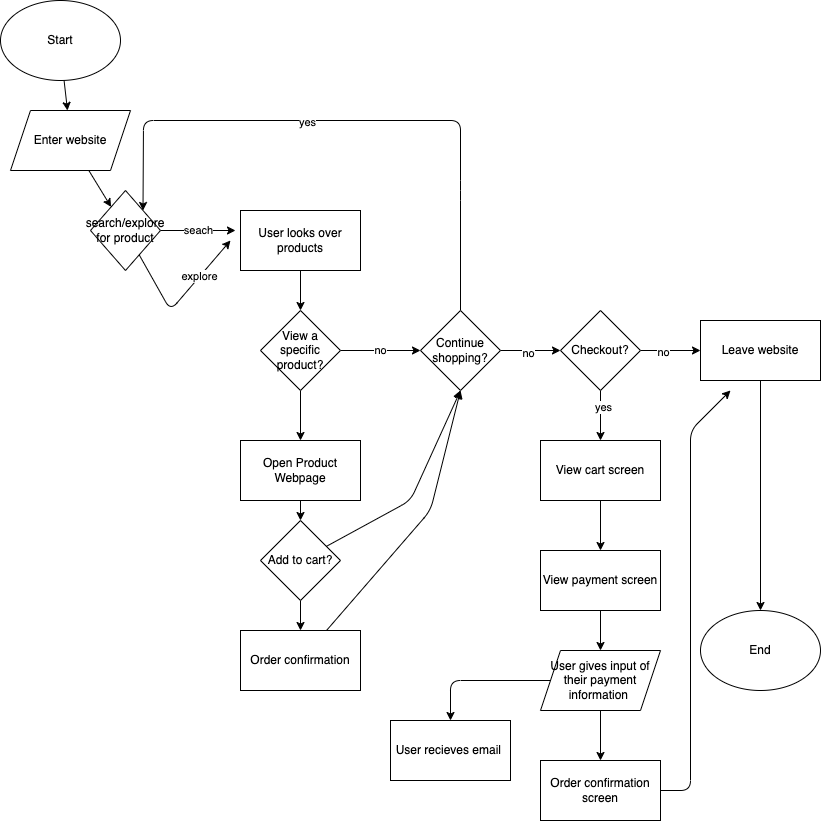
Before: explore/diagramming/diagram.drawio.png, a diagram exported from draw.io (ethanlee7102/sp24-cse110-lab4). Source tidied: cells renumbered, new cells last; positions are measured from the earlier drawing's top-left corner, leaving out a move shared by most shapes.
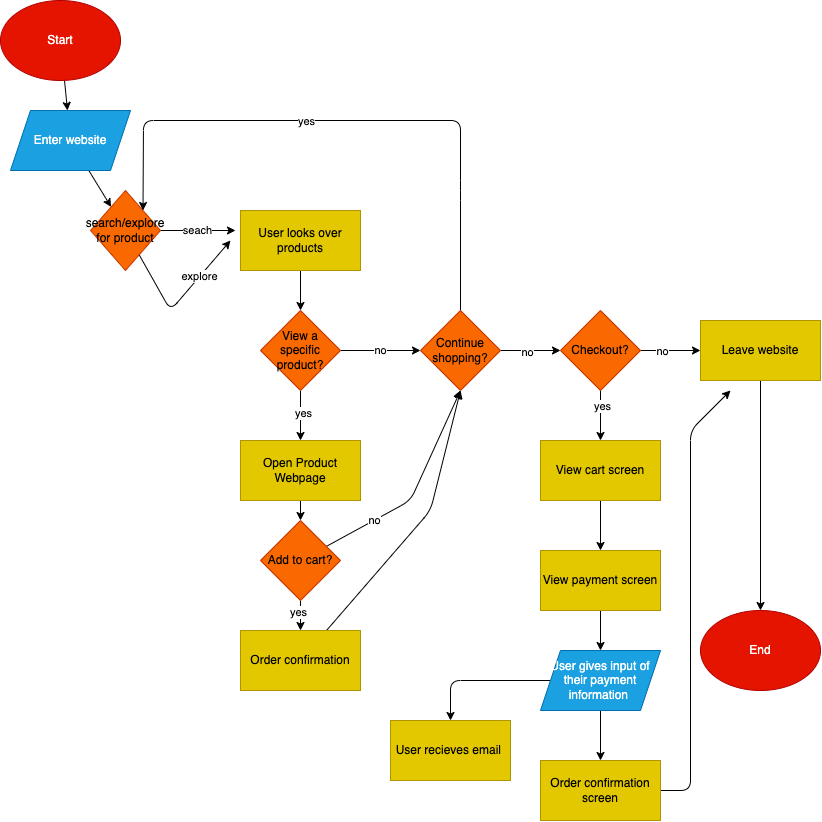
Above is the later version.

Change to the diagram source:
```diff
@@ -5,13 +5,13 @@
     <mxCell id="2" style="edgeStyle=none;html=1;" parent="1" edge="1" source="3" target="5">
       <mxGeometry relative="1" as="geometry" />
     </mxCell>
-    <mxCell id="3" value="Start" style="ellipse;whiteSpace=wrap;html=1;" parent="1" vertex="1">
+    <mxCell id="3" value="Start" style="ellipse;whiteSpace=wrap;html=1;fillColor=#e51400;strokeColor=#B20000;fontColor=#ffffff;" parent="1" vertex="1">
       <mxGeometry width="120" height="80" as="geometry" />
     </mxCell>
     <mxCell id="4" style="edgeStyle=none;html=1;" parent="1" edge="1" source="5" target="9">
       <mxGeometry relative="1" as="geometry" />
     </mxCell>
-    <mxCell id="5" value="Enter website" style="shape=parallelogram;perimeter=parallelogramPerimeter;whiteSpace=wrap;html=1;fixedSize=1;" parent="1" vertex="1">
+    <mxCell id="5" value="Enter website" style="shape=parallelogram;perimeter=parallelogramPerimeter;whiteSpace=wrap;html=1;fixedSize=1;fillColor=#1ba1e2;fontColor=#ffffff;strokeColor=#006EAF;" parent="1" vertex="1">
       <mxGeometry x="10" y="110" width="120" height="60" as="geometry" />
     </mxCell>
     <mxCell id="6" value="seach" style="edgeStyle=none;html=1;" parent="1" edge="1" source="9">
@@ -30,13 +30,13 @@
     <mxCell id="8" value="explore" style="edgeLabel;html=1;align=center;verticalAlign=middle;" parent="7" vertex="1">
       <mxGeometry x="0.39" y="1" relative="1" as="geometry" />
     </mxCell>
-    <mxCell id="9" value="search/explore for product" style="rhombus;whiteSpace=wrap;html=1;" parent="1" vertex="1">
+    <mxCell id="9" value="search/explore for product" style="rhombus;whiteSpace=wrap;html=1;fillColor=#fa6800;fontColor=#000000;strokeColor=#C73500;" parent="1" vertex="1">
       <mxGeometry x="90" y="190" width="70" height="80" as="geometry" />
     </mxCell>
     <mxCell id="10" style="edgeStyle=none;html=1;" parent="1" edge="1" source="11" target="14">
       <mxGeometry relative="1" as="geometry" />
     </mxCell>
-    <mxCell id="11" value="User looks over products" style="rounded=0;whiteSpace=wrap;html=1;" parent="1" vertex="1">
+    <mxCell id="11" value="User looks over products" style="rounded=0;whiteSpace=wrap;html=1;fillColor=#e3c800;fontColor=#000000;strokeColor=#B09500;" parent="1" vertex="1">
       <mxGeometry x="240" y="210" width="120" height="60" as="geometry" />
     </mxCell>
     <mxCell id="12" value="no" style="edgeStyle=none;html=1;" parent="1" edge="1" source="14" target="19">
@@ -45,7 +45,10 @@
     <mxCell id="13" style="edgeStyle=none;html=1;" parent="1" edge="1" source="14" target="21">
       <mxGeometry relative="1" as="geometry" />
     </mxCell>
+    <mxCell id="45" value="yes" style="edgeLabel;html=1;align=center;verticalAlign=middle;" parent="13" vertex="1">
+      <mxGeometry x="-0.1" y="3" relative="1" as="geometry" />
+    </mxCell>
-    <mxCell id="14" value="View a specific product?" style="rhombus;whiteSpace=wrap;html=1;rounded=0;" parent="1" vertex="1">
+    <mxCell id="14" value="View a specific product?" style="rhombus;whiteSpace=wrap;html=1;rounded=0;fillColor=#fa6800;fontColor=#000000;strokeColor=#C73500;" parent="1" vertex="1">
       <mxGeometry x="260" y="310" width="80" height="80" as="geometry" />
     </mxCell>
     <mxCell id="15" style="edgeStyle=none;html=1;entryX=1;entryY=0;entryDx=0;entryDy=0;" parent="1" edge="1" source="19" target="9">
@@ -68,18 +71,21 @@
     <mxCell id="18" value="no" style="edgeLabel;html=1;align=center;verticalAlign=middle;" parent="17" vertex="1">
       <mxGeometry x="-0.1" y="-2" relative="1" as="geometry" />
     </mxCell>
-    <mxCell id="19" value="Continue shopping?" style="rhombus;whiteSpace=wrap;html=1;rounded=0;" parent="1" vertex="1">
+    <mxCell id="19" value="Continue shopping?" style="rhombus;whiteSpace=wrap;html=1;rounded=0;fillColor=#fa6800;fontColor=#000000;strokeColor=#C73500;" parent="1" vertex="1">
       <mxGeometry x="420" y="310" width="80" height="80" as="geometry" />
     </mxCell>
     <mxCell id="20" style="edgeStyle=none;html=1;" parent="1" edge="1" source="21" target="24">
       <mxGeometry relative="1" as="geometry" />
     </mxCell>
-    <mxCell id="21" value="Open Product Webpage" style="whiteSpace=wrap;html=1;rounded=0;" parent="1" vertex="1">
+    <mxCell id="21" value="Open Product Webpage" style="whiteSpace=wrap;html=1;rounded=0;fillColor=#e3c800;fontColor=#000000;strokeColor=#B09500;" parent="1" vertex="1">
       <mxGeometry x="240" y="440" width="120" height="60" as="geometry" />
     </mxCell>
     <mxCell id="22" style="edgeStyle=none;html=1;" parent="1" edge="1" source="24" target="26">
       <mxGeometry relative="1" as="geometry" />
     </mxCell>
+    <mxCell id="46" value="yes" style="edgeLabel;html=1;align=center;verticalAlign=middle;" parent="22" vertex="1">
+      <mxGeometry x="-0.22" y="-2" relative="1" as="geometry" />
+    </mxCell>
     <mxCell id="23" style="edgeStyle=none;html=1;entryX=0.5;entryY=1;entryDx=0;entryDy=0;" parent="1" edge="1" source="24" target="19">
       <mxGeometry relative="1" as="geometry">
         <Array as="points">
@@ -87,7 +93,10 @@
         </Array>
       </mxGeometry>
     </mxCell>
+    <mxCell id="47" value="no" style="edgeLabel;html=1;align=center;verticalAlign=middle;" parent="23" vertex="1">
+      <mxGeometry x="-0.49" relative="1" as="geometry" />
+    </mxCell>
-    <mxCell id="24" value="Add to cart?" style="rhombus;whiteSpace=wrap;html=1;rounded=0;" parent="1" vertex="1">
+    <mxCell id="24" value="Add to cart?" style="rhombus;whiteSpace=wrap;html=1;rounded=0;fillColor=#fa6800;fontColor=#000000;strokeColor=#C73500;" parent="1" vertex="1">
       <mxGeometry x="260" y="520" width="80" height="80" as="geometry" />
     </mxCell>
     <mxCell id="25" style="edgeStyle=none;html=1;" parent="1" edge="1" source="26">
@@ -98,7 +107,7 @@
         </Array>
       </mxGeometry>
     </mxCell>
-    <mxCell id="26" value="Order confirmation" style="whiteSpace=wrap;html=1;rounded=0;" parent="1" vertex="1">
+    <mxCell id="26" value="Order confirmation" style="whiteSpace=wrap;html=1;rounded=0;fillColor=#e3c800;fontColor=#000000;strokeColor=#B09500;" parent="1" vertex="1">
       <mxGeometry x="240" y="630" width="120" height="60" as="geometry" />
     </mxCell>
     <mxCell id="27" style="edgeStyle=none;html=1;" parent="1" edge="1" source="31" target="33">
@@ -113,28 +122,28 @@
     <mxCell id="30" value="yes" style="edgeLabel;html=1;align=center;verticalAlign=middle;" parent="29" vertex="1">
       <mxGeometry x="-0.36" y="2" relative="1" as="geometry" />
     </mxCell>
-    <mxCell id="31" value="Checkout?" style="rhombus;whiteSpace=wrap;html=1;" parent="1" vertex="1">
+    <mxCell id="31" value="Checkout?" style="rhombus;whiteSpace=wrap;html=1;fillColor=#fa6800;fontColor=#000000;strokeColor=#C73500;" parent="1" vertex="1">
       <mxGeometry x="560" y="310" width="80" height="80" as="geometry" />
     </mxCell>
     <mxCell id="32" style="edgeStyle=none;html=1;entryX=0.5;entryY=0;entryDx=0;entryDy=0;" parent="1" edge="1" source="33" target="34">
       <mxGeometry relative="1" as="geometry" />
     </mxCell>
-    <mxCell id="33" value="Leave website" style="whiteSpace=wrap;html=1;" parent="1" vertex="1">
+    <mxCell id="33" value="Leave website" style="whiteSpace=wrap;html=1;fillColor=#e3c800;fontColor=#000000;strokeColor=#B09500;" parent="1" vertex="1">
       <mxGeometry x="700" y="320" width="120" height="60" as="geometry" />
     </mxCell>
-    <mxCell id="34" value="End" style="ellipse;whiteSpace=wrap;html=1;" parent="1" vertex="1">
+    <mxCell id="34" value="End" style="ellipse;whiteSpace=wrap;html=1;fillColor=#e51400;fontColor=#ffffff;strokeColor=#B20000;" parent="1" vertex="1">
       <mxGeometry x="700" y="610" width="120" height="80" as="geometry" />
     </mxCell>
     <mxCell id="35" style="edgeStyle=none;html=1;" parent="1" edge="1" source="36" target="38">
       <mxGeometry relative="1" as="geometry" />
     </mxCell>
-    <mxCell id="36" value="View cart screen" style="whiteSpace=wrap;html=1;" parent="1" vertex="1">
+    <mxCell id="36" value="View cart screen" style="whiteSpace=wrap;html=1;fillColor=#e3c800;fontColor=#000000;strokeColor=#B09500;" parent="1" vertex="1">
       <mxGeometry x="540" y="440" width="120" height="60" as="geometry" />
     </mxCell>
     <mxCell id="37" style="edgeStyle=none;html=1;" parent="1" edge="1" source="38" target="41">
       <mxGeometry relative="1" as="geometry" />
     </mxCell>
-    <mxCell id="38" value="View payment screen" style="whiteSpace=wrap;html=1;" parent="1" vertex="1">
+    <mxCell id="38" value="View payment screen" style="whiteSpace=wrap;html=1;fillColor=#e3c800;fontColor=#000000;strokeColor=#B09500;" parent="1" vertex="1">
       <mxGeometry x="540" y="550" width="120" height="60" as="geometry" />
     </mxCell>
     <mxCell id="39" style="edgeStyle=none;html=1;entryX=0.5;entryY=0;entryDx=0;entryDy=0;" parent="1" edge="1" source="41" target="42">
@@ -147,10 +156,10 @@
     <mxCell id="40" style="edgeStyle=none;html=1;" parent="1" edge="1" source="41" target="44">
       <mxGeometry relative="1" as="geometry" />
     </mxCell>
-    <mxCell id="41" value="User gives input of their payment information&amp;nbsp;" style="shape=parallelogram;perimeter=parallelogramPerimeter;whiteSpace=wrap;html=1;fixedSize=1;" parent="1" vertex="1">
+    <mxCell id="41" value="User gives input of their payment information&amp;nbsp;" style="shape=parallelogram;perimeter=parallelogramPerimeter;whiteSpace=wrap;html=1;fixedSize=1;fillColor=#1ba1e2;fontColor=#ffffff;strokeColor=#006EAF;" parent="1" vertex="1">
       <mxGeometry x="540" y="650" width="120" height="60" as="geometry" />
     </mxCell>
-    <mxCell id="42" value="User recieves email&amp;nbsp;" style="whiteSpace=wrap;html=1;" parent="1" vertex="1">
+    <mxCell id="42" value="User recieves email&amp;nbsp;" style="whiteSpace=wrap;html=1;fillColor=#e3c800;fontColor=#000000;strokeColor=#B09500;" parent="1" vertex="1">
       <mxGeometry x="390" y="720" width="120" height="60" as="geometry" />
     </mxCell>
     <mxCell id="43" style="edgeStyle=none;html=1;" parent="1" edge="1" source="44">
@@ -162,7 +171,7 @@
         </Array>
       </mxGeometry>
     </mxCell>
-    <mxCell id="44" value="Order confirmation screen" style="whiteSpace=wrap;html=1;" parent="1" vertex="1">
+    <mxCell id="44" value="Order confirmation screen" style="whiteSpace=wrap;html=1;fillColor=#e3c800;fontColor=#000000;strokeColor=#B09500;" parent="1" vertex="1">
       <mxGeometry x="540" y="760" width="120" height="60" as="geometry" />
     </mxCell>
   </root>
```
